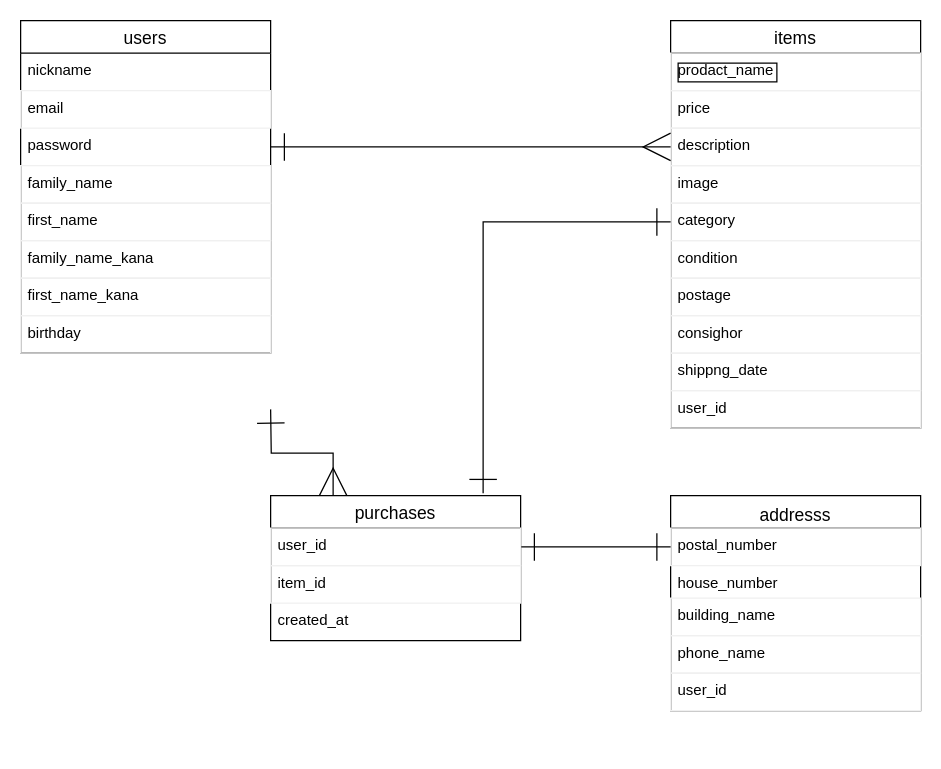
Before: test.dio in jikkajikka888/furima-30548, a draw.io diagram. Source tidied: cells renumbered, new cells numbered last; positions are measured from the earlier drawing's top-left corner, leaving out a move shared by most shapes. Both pictures are drawn from the tidied source at 125%, with x=0, y=0 at pixel (20, 20).
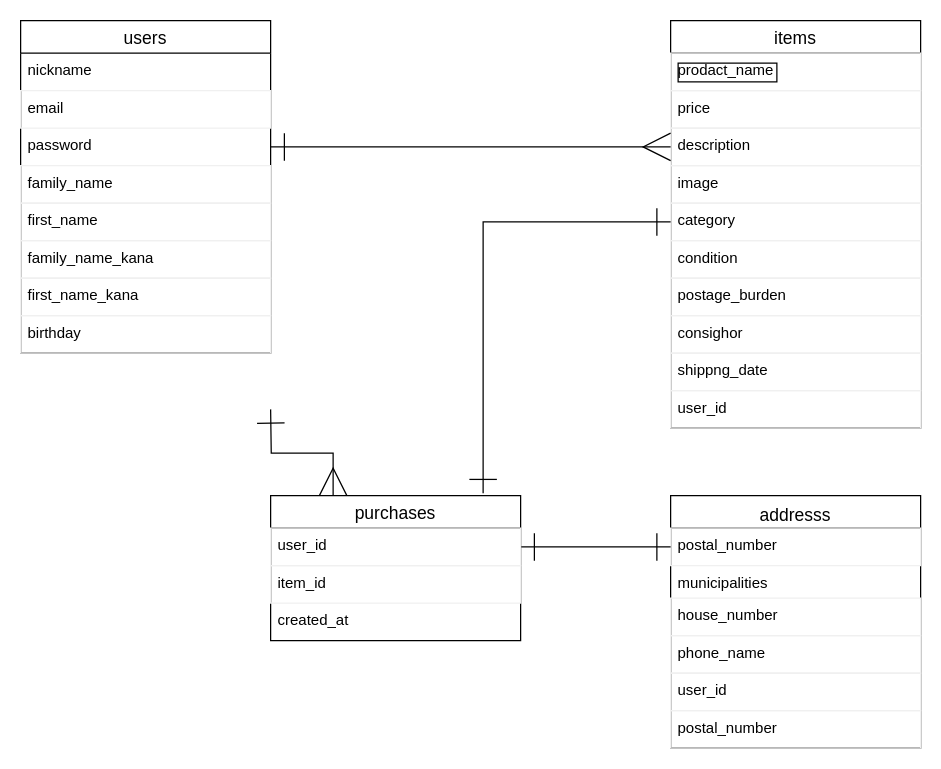
The same diagram, later.

Commit message (it also covers changes not shown here):
ER図、READMEカラム追加、削除

The change refers to these unchanged cells:
```xml
<mxCell id="2" value="items" style="swimlane;fontStyle=0;horizontal=1;startSize=26;align=center;fontSize=14;" parent="1" vertex="1">
  <mxGeometry x="520" width="200" height="326" as="geometry" />
</mxCell>
```

What changed in the source:
```diff
@@
-    <mxCell id="9" value="postage" style="text;fillColor=none;spacingLeft=4;spacingRight=4;overflow=hidden;fontSize=12;strokeColor=#f0f0f0;" parent="2" vertex="1">
+    <mxCell id="9" value="postage_burden" style="text;fillColor=none;spacingLeft=4;spacingRight=4;overflow=hidden;fontSize=12;strokeColor=#f0f0f0;" parent="2" vertex="1">
       <mxGeometry y="206" width="200" height="30" as="geometry" />
     </mxCell>
@@
     <mxCell id="24" value="&#10;addresss" style="swimlane;fontStyle=0;horizontal=1;startSize=26;align=center;fontSize=14;verticalAlign=bottom;" parent="1" vertex="1">
-      <mxGeometry x="520" y="380" width="200" height="172" as="geometry" />
+      <mxGeometry x="520" y="380" width="200" height="202" as="geometry" />
     </mxCell>
@@
-    <mxCell id="26" value="house_number" style="text;strokeColor=none;fillColor=none;spacingLeft=4;spacingRight=4;overflow=hidden;fontSize=12;" parent="24" vertex="1">
+    <mxCell id="26" value="municipalities" style="text;strokeColor=none;fillColor=none;spacingLeft=4;spacingRight=4;overflow=hidden;fontSize=12;" parent="24" vertex="1">
       <mxGeometry y="56" width="200" height="26" as="geometry" />
     </mxCell>
-    <mxCell id="27" value="building_name" style="text;fillColor=none;spacingLeft=4;spacingRight=4;overflow=hidden;fontSize=12;strokeColor=#f0f0f0;" parent="24" vertex="1">
+    <mxCell id="27" value="house_number" style="text;fillColor=none;spacingLeft=4;spacingRight=4;overflow=hidden;fontSize=12;strokeColor=#f0f0f0;" parent="24" vertex="1">
       <mxGeometry y="82" width="200" height="30" as="geometry" />
     </mxCell>
@@
+    <mxCell id="36" value="postal_number" style="text;fillColor=none;spacingLeft=4;spacingRight=4;overflow=hidden;fontSize=12;strokeColor=#f0f0f0;" parent="24" vertex="1">
+      <mxGeometry y="172" width="200" height="30" as="geometry" />
+    </mxCell>
```
